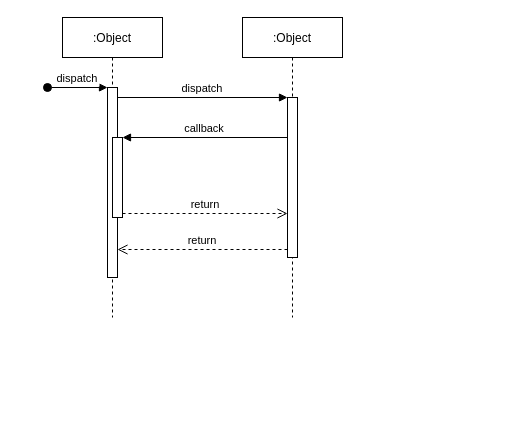
The draw.io diagram sistem_perpustakaan/sequence diagram.drawio in Maru-Yasa/PPL-Sistem-Perpustakaan, before the edit. Source tidied: cells renumbered, new cells numbered last; positions are measured from the earlier drawing's top-left corner, leaving out a move shared by most shapes. Both pictures are drawn from the tidied source at 100%, with x=0, y=0 at pixel (47, 17).
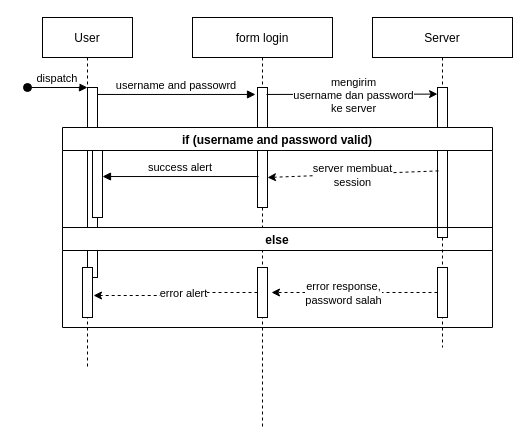
After the change.

The change refers to these unchanged cells:
```xml
<mxCell id="3" style="points=[];perimeter=orthogonalPerimeter;rounded=0;shadow=0;strokeWidth=1;" parent="2" vertex="1">
  <mxGeometry x="45" y="70" width="10" height="190" as="geometry" />
</mxCell>
<mxCell id="5" style="points=[];perimeter=orthogonalPerimeter;rounded=0;shadow=0;strokeWidth=1;" parent="2" vertex="1">
  <mxGeometry x="50" y="120" width="10" height="80" as="geometry" />
</mxCell>
```

The edit, as a diff of the source:
```diff
@@
-    <mxCell id="2" value=":Object" style="shape=umlLifeline;perimeter=lifelinePerimeter;rounded=0;shadow=0;strokeWidth=1;" parent="1" vertex="1">
-      <mxGeometry x="15" width="100" height="300" as="geometry" />
+    <mxCell id="2" value="User" style="shape=umlLifeline;perimeter=lifelinePerimeter;rounded=0;shadow=0;strokeWidth=1;" parent="1" vertex="1">
+      <mxGeometry x="-5" width="90" height="350" as="geometry" />
     </mxCell>
@@
+    <mxCell id="12" style="points=[];perimeter=orthogonalPerimeter;rounded=0;shadow=0;strokeWidth=1;" parent="2" vertex="1">
+      <mxGeometry x="40" y="250" width="10" height="50" as="geometry" />
+    </mxCell>
-    <mxCell id="6" value=":Object" style="shape=umlLifeline;perimeter=lifelinePerimeter;rounded=0;shadow=0;strokeWidth=1;" parent="1" vertex="1">
-      <mxGeometry x="195" width="100" height="300" as="geometry" />
+    <mxCell id="6" value="form login" style="shape=umlLifeline;perimeter=lifelinePerimeter;rounded=0;shadow=0;strokeWidth=1;" parent="1" vertex="1">
+      <mxGeometry x="145" width="140" height="410" as="geometry" />
     </mxCell>
-    <mxCell id="7" style="points=[];perimeter=orthogonalPerimeter;rounded=0;shadow=0;strokeWidth=1;" parent="6" vertex="1">
-      <mxGeometry x="45" y="80" width="10" height="160" as="geometry" />
-    </mxCell>
-    <mxCell id="8" value="return" style="verticalAlign=bottom;endArrow=open;dashed=1;endSize=8;exitX=0;exitY=0.95;shadow=0;strokeWidth=1;" parent="1" edge="1" source="7" target="3">
-      <mxGeometry relative="1" as="geometry" />
-    </mxCell>
+    <mxCell id="13" style="points=[];perimeter=orthogonalPerimeter;rounded=0;shadow=0;strokeWidth=1;" parent="6" vertex="1">
+      <mxGeometry x="65" y="70" width="10" height="120" as="geometry" />
+    </mxCell>
+    <mxCell id="14" style="points=[];perimeter=orthogonalPerimeter;rounded=0;shadow=0;strokeWidth=1;" parent="6" vertex="1">
+      <mxGeometry x="65" y="250" width="10" height="50" as="geometry" />
+    </mxCell>
+    <mxCell id="15" value="else" style="swimlane;" parent="6" vertex="1">
+      <mxGeometry x="-130" y="210" width="430" height="100" as="geometry" />
+    </mxCell>
-    <mxCell id="9" value="dispatch" style="verticalAlign=bottom;endArrow=block;entryX=0;entryY=0;shadow=0;strokeWidth=1;" parent="1" edge="1" source="3" target="7">
+    <mxCell id="9" value="username and passowrd" style="verticalAlign=bottom;endArrow=block;entryX=-0.2;entryY=0.058;shadow=0;strokeWidth=1;entryDx=0;entryDy=0;entryPerimeter=0;" parent="1" edge="1" source="3" target="13">
       <mxGeometry relative="1" as="geometry" />
     </mxCell>
-    <mxCell id="10" value="callback" style="verticalAlign=bottom;endArrow=block;entryX=1;entryY=0;shadow=0;strokeWidth=1;" parent="1" edge="1" source="7" target="5">
+    <mxCell id="10" value="success alert" style="verticalAlign=bottom;endArrow=block;shadow=0;strokeWidth=1;exitX=0.1;exitY=0.742;exitDx=0;exitDy=0;exitPerimeter=0;" parent="1" edge="1" source="13" target="5">
       <mxGeometry relative="1" as="geometry" />
     </mxCell>
-    <mxCell id="11" value="return" style="verticalAlign=bottom;endArrow=open;dashed=1;endSize=8;exitX=1;exitY=0.95;shadow=0;strokeWidth=1;" parent="1" edge="1" source="5" target="7">
-      <mxGeometry relative="1" as="geometry" />
-    </mxCell>
+    <mxCell id="16" value="Server" style="shape=umlLifeline;perimeter=lifelinePerimeter;rounded=0;shadow=0;strokeWidth=1;" parent="1" vertex="1">
+      <mxGeometry x="325" width="140" height="330" as="geometry" />
+    </mxCell>
+    <mxCell id="17" style="points=[];perimeter=orthogonalPerimeter;rounded=0;shadow=0;strokeWidth=1;" parent="16" vertex="1">
+      <mxGeometry x="65" y="70" width="10" height="150" as="geometry" />
+    </mxCell>
+    <mxCell id="18" style="points=[];perimeter=orthogonalPerimeter;rounded=0;shadow=0;strokeWidth=1;" parent="16" vertex="1">
+      <mxGeometry x="65" y="250" width="10" height="50" as="geometry" />
+    </mxCell>
+    <mxCell id="19" style="endArrow=classic;html=1;rounded=0;entryX=0;entryY=0.044;entryDx=0;entryDy=0;entryPerimeter=0;exitX=0.9;exitY=0.058;exitDx=0;exitDy=0;exitPerimeter=0;" parent="1" edge="1" source="13" target="17">
+      <mxGeometry relative="1" as="geometry" />
+    </mxCell>
+    <mxCell id="20" value="mengirim &lt;br&gt;&lt;div&gt;username dan password&lt;/div&gt;&lt;div&gt;ke server&lt;br&gt;&lt;/div&gt;" style="edgeLabel;html=1;align=center;verticalAlign=middle;" parent="19" vertex="1">
+      <mxGeometry x="-0.19" y="-1" relative="1" as="geometry">
+        <mxPoint x="17" as="offset" />
+      </mxGeometry>
+    </mxCell>
+    <mxCell id="21" style="endArrow=classic;html=1;rounded=1;exitX=0.1;exitY=0.556;exitDx=0;exitDy=0;exitPerimeter=0;entryX=1;entryY=0.75;entryDx=0;entryDy=0;entryPerimeter=0;dashed=1;" parent="1" edge="1" source="17" target="13">
+      <mxGeometry relative="1" as="geometry" />
+    </mxCell>
+    <mxCell id="22" value="&lt;div&gt;server membuat &lt;br&gt;&lt;/div&gt;&lt;div&gt;session&lt;/div&gt;" style="edgeLabel;html=1;align=center;verticalAlign=middle;" parent="21" vertex="1">
+      <mxGeometry x="0.24" y="-4" relative="1" as="geometry">
+        <mxPoint x="20" y="4" as="offset" />
+      </mxGeometry>
+    </mxCell>
+    <mxCell id="23" value="if (username and password valid)" style="swimlane;" parent="1" vertex="1">
+      <mxGeometry x="15" y="110" width="430" height="100" as="geometry" />
+    </mxCell>
+    <mxCell id="24" style="edgeStyle=orthogonalEdgeStyle;rounded=1;jettySize=auto;html=1;entryX=1.4;entryY=0.5;entryDx=0;entryDy=0;entryPerimeter=0;dashed=1;" parent="1" edge="1" source="18" target="14">
+      <mxGeometry relative="1" as="geometry" />
+    </mxCell>
+    <mxCell id="25" value="&lt;div&gt;error response, &lt;br&gt;&lt;/div&gt;&lt;div&gt;password salah&lt;/div&gt;" style="edgeLabel;html=1;align=center;verticalAlign=middle;" parent="24" vertex="1">
+      <mxGeometry x="0.34" relative="1" as="geometry">
+        <mxPoint x="16" as="offset" />
+      </mxGeometry>
+    </mxCell>
+    <mxCell id="26" style="edgeStyle=orthogonalEdgeStyle;rounded=1;jettySize=auto;html=1;entryX=1.1;entryY=0.56;entryDx=0;entryDy=0;entryPerimeter=0;dashed=1;" parent="1" edge="1" source="14" target="12">
+      <mxGeometry relative="1" as="geometry" />
+    </mxCell>
+    <mxCell id="27" value="error alert" style="edgeLabel;html=1;align=center;verticalAlign=middle;" parent="26" vertex="1">
+      <mxGeometry x="0.16" y="2" relative="1" as="geometry">
+        <mxPoint x="19" y="-5" as="offset" />
+      </mxGeometry>
+    </mxCell>
```
